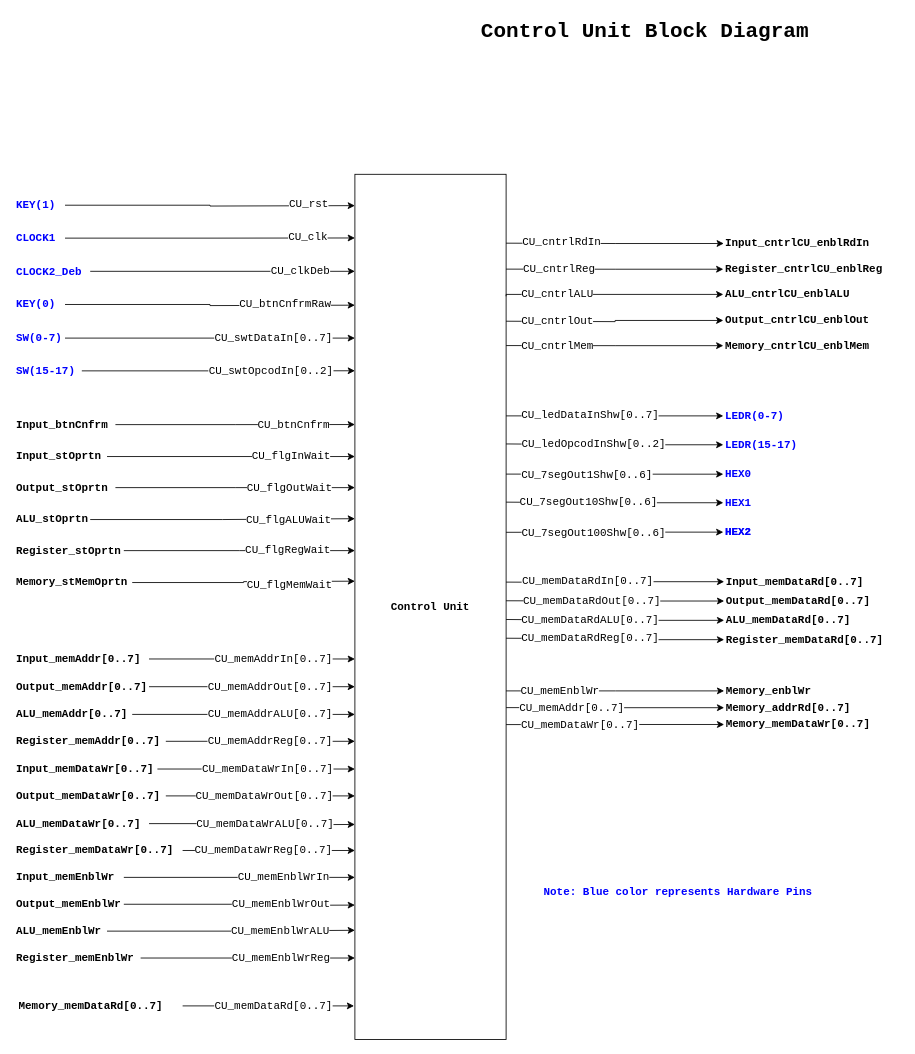
The draw.io diagram page "CU_BD (top)" (3 of 9) of 04_ControlUnit_v1/CPU_Design.drawio in Vichu95/Basic_CPU_FPGA, before the edit. Source tidied: cells renumbered, new cells numbered last; positions are measured from the earlier drawing's top-left corner, leaving out a move shared by most shapes. Both pictures are drawn from the tidied source at 84%, with x=0, y=0 at pixel (14, 14).
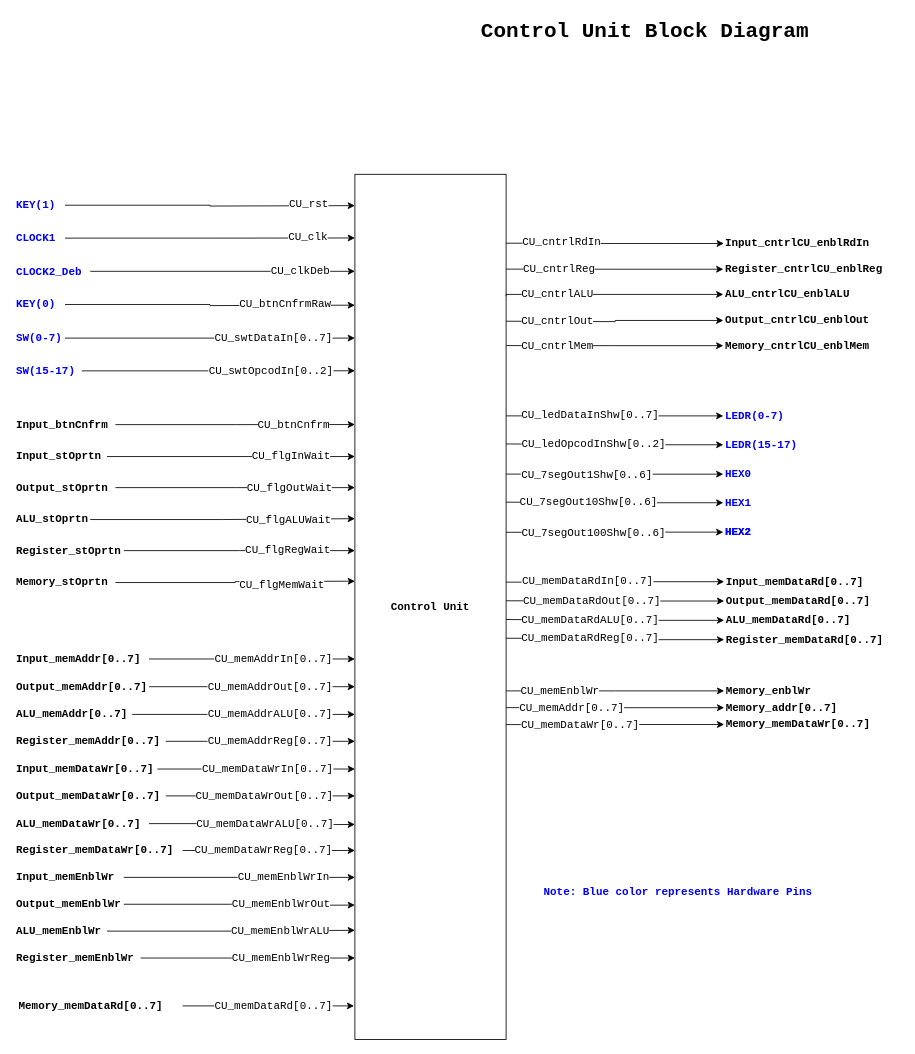
Above is the later version.

The edit, as a diff of the source:
```diff
@@
-    <mxCell id="82" value="&lt;font&gt;Memory_addrRd&lt;/font&gt;[0..7]" style="text;html=1;align=left;verticalAlign=middle;points=[];strokeColor=none;fillColor=none;fontStyle=1;labelBackgroundColor=none;fontColor=#000000;fontSize=13;fontFamily=Courier New;spacingLeft=2;fixDash=1;spacing=0;" parent="1" vertex="1">
-      <mxGeometry x="844.6" y="810" width="170" height="30" as="geometry" />
+    <mxCell id="82" value="&lt;font&gt;Memory_addr&lt;/font&gt;[0..7]" style="text;html=1;align=left;verticalAlign=middle;points=[];strokeColor=none;fillColor=none;fontStyle=1;labelBackgroundColor=none;fontColor=#000000;fontSize=13;fontFamily=Courier New;spacingLeft=2;fixDash=1;spacing=0;" parent="1" vertex="1">
+      <mxGeometry x="844.6" y="810" width="150" height="30" as="geometry" />
     </mxCell>
@@
-    <mxCell id="130" value="Memory_stMemOprtn" style="text;html=1;align=left;verticalAlign=middle;points=[];strokeColor=none;fillColor=none;fontStyle=1;labelBackgroundColor=none;fontColor=#000000;fontSize=13;fontFamily=Courier New;spacing=2;spacingRight=-13;fixDash=1;" parent="1" vertex="1">
-      <mxGeometry x="-0.1" y="661" width="140" height="30" as="geometry" />
+    <mxCell id="130" value="Memory_stOprtn" style="text;html=1;align=left;verticalAlign=middle;points=[];strokeColor=none;fillColor=none;fontStyle=1;labelBackgroundColor=none;fontColor=#000000;fontSize=13;fontFamily=Courier New;spacing=2;spacingRight=-13;fixDash=1;" parent="1" vertex="1">
+      <mxGeometry x="-0.1" y="661" width="120" height="30" as="geometry" />
     </mxCell>
```
